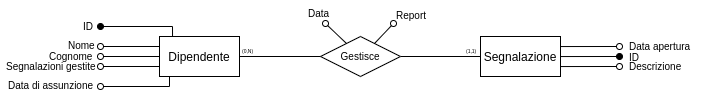
Above: docs/images/segnalazione.png in krosspile/ecommerce_database (draw.io), before the change. Source tidied: cells renumbered, new cells last; positions are measured from the earlier drawing's top-left corner, leaving out a move shared by most shapes.
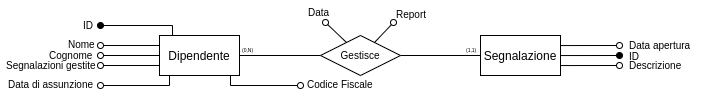
The same diagram one commit later.

Change to the diagram source:
```diff
@@ -27,6 +27,15 @@
         <mxPoint x="100" y="66" as="targetPoint" />
       </mxGeometry>
     </mxCell>
+    <mxCell id="29" style="edgeStyle=orthogonalEdgeStyle;rounded=0;jettySize=auto;html=1;exitX=0.75;exitY=1;exitDx=0;exitDy=0;endArrow=oval;endFill=0;" parent="1" edge="1" source="8">
+      <mxGeometry relative="1" as="geometry">
+        <mxPoint x="300" y="86" as="targetPoint" />
+        <Array as="points">
+          <mxPoint x="230" y="76" />
+          <mxPoint x="230" y="86" />
+        </Array>
+      </mxGeometry>
+    </mxCell>
     <mxCell id="8" value="Dipendente" style="whiteSpace=wrap;html=1;align=center;" parent="1" vertex="1">
       <mxGeometry x="159" y="36" width="80" height="40" as="geometry" />
     </mxCell>
@@ -117,5 +126,8 @@
     <mxCell id="28" value="(0,N)" style="text;strokeColor=none;fillColor=none;spacingLeft=4;spacingRight=4;overflow=hidden;fontSize=5;" parent="1" vertex="1">
       <mxGeometry x="236" y="41.5" width="30" height="14" as="geometry" />
     </mxCell>
+    <mxCell id="30" value="Codice Fiscale" style="text;strokeColor=none;fillColor=none;spacingLeft=4;spacingRight=4;overflow=hidden;fontSize=10;" parent="1" vertex="1">
+      <mxGeometry x="301" y="73" width="118" height="33" as="geometry" />
+    </mxCell>
   </root>
 </mxGraphModel>
```
